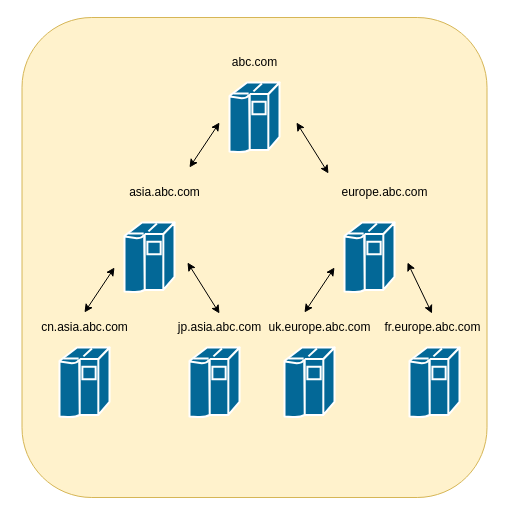
Earlier version of the draw.io diagram assets/img/Integrated/Windows/笔记/域/3.drawio (ffffffff0x/1earn). Source tidied: cells renumbered, new cells numbered last; positions are measured from the earlier drawing's top-left corner, leaving out a move shared by most shapes. Both pictures are drawn from the tidied source at 100%, with x=0, y=0 at pixel (22, 17).
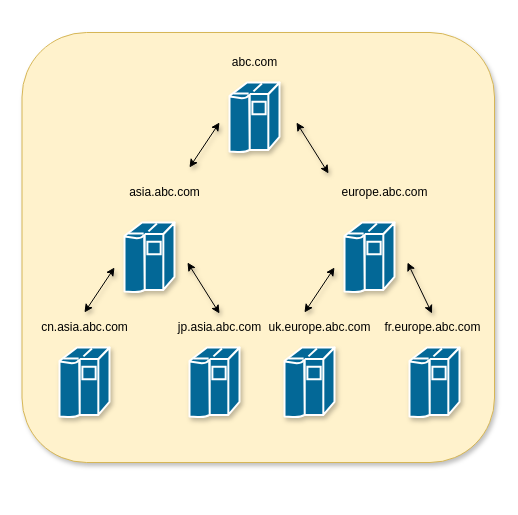
The same page after the edit.

The edit, as a diff of the source:
```diff
@@
-    <mxCell id="2" style="rounded=1;whiteSpace=wrap;html=1;fillColor=#fff2cc;strokeColor=#d6b656;" parent="1" vertex="1">
-      <mxGeometry x="-0.5" width="465" height="480" as="geometry" />
+    <mxCell id="2" style="rounded=1;whiteSpace=wrap;html=1;fillColor=#fff2cc;strokeColor=#d6b656;shadow=1;" parent="1" vertex="1">
+      <mxGeometry x="-0.5" y="15" width="472.5" height="430" as="geometry" />
     </mxCell>
-    <mxCell id="3" style="shape=mxgraph.cisco.computers_and_peripherals.ibm_mainframe;html=1;dashed=0;fillColor=#036897;strokeColor=#ffffff;strokeWidth=2;verticalLabelPosition=bottom;verticalAlign=top;align=center;" parent="1" vertex="1">
+    <mxCell id="3" style="shape=mxgraph.cisco.computers_and_peripherals.ibm_mainframe;html=1;dashed=0;fillColor=#036897;strokeColor=#ffffff;strokeWidth=2;verticalLabelPosition=bottom;verticalAlign=top;align=center;shadow=1;" parent="1" vertex="1">
       <mxGeometry x="207" y="65" width="50" height="70" as="geometry" />
     </mxCell>
-    <mxCell id="4" value="abc.com" style="text;html=1;align=center;verticalAlign=middle;" parent="1" vertex="1">
+    <mxCell id="4" value="abc.com" style="text;html=1;align=center;verticalAlign=middle;shadow=1;" parent="1" vertex="1">
       <mxGeometry x="202" y="35" width="60" height="20" as="geometry" />
     </mxCell>
-    <mxCell id="5" style="shape=mxgraph.cisco.computers_and_peripherals.ibm_mainframe;html=1;dashed=0;fillColor=#036897;strokeColor=#ffffff;strokeWidth=2;verticalLabelPosition=bottom;verticalAlign=top;align=center;" parent="1" vertex="1">
+    <mxCell id="5" style="shape=mxgraph.cisco.computers_and_peripherals.ibm_mainframe;html=1;dashed=0;fillColor=#036897;strokeColor=#ffffff;strokeWidth=2;verticalLabelPosition=bottom;verticalAlign=top;align=center;shadow=1;" parent="1" vertex="1">
       <mxGeometry x="102" y="205" width="50" height="70" as="geometry" />
     </mxCell>
-    <mxCell id="6" value="asia.abc.com" style="text;html=1;align=center;verticalAlign=middle;" parent="1" vertex="1">
+    <mxCell id="6" value="asia.abc.com" style="text;html=1;align=center;verticalAlign=middle;shadow=1;" parent="1" vertex="1">
       <mxGeometry x="97" y="165" width="90" height="20" as="geometry" />
     </mxCell>
-    <mxCell id="7" style="shape=mxgraph.cisco.computers_and_peripherals.ibm_mainframe;html=1;dashed=0;fillColor=#036897;strokeColor=#ffffff;strokeWidth=2;verticalLabelPosition=bottom;verticalAlign=top;align=center;" parent="1" vertex="1">
+    <mxCell id="7" style="shape=mxgraph.cisco.computers_and_peripherals.ibm_mainframe;html=1;dashed=0;fillColor=#036897;strokeColor=#ffffff;strokeWidth=2;verticalLabelPosition=bottom;verticalAlign=top;align=center;shadow=1;" parent="1" vertex="1">
       <mxGeometry x="37" y="330" width="50" height="70" as="geometry" />
     </mxCell>
-    <mxCell id="8" value="cn.asia.abc.com" style="text;html=1;align=center;verticalAlign=middle;" parent="1" vertex="1">
+    <mxCell id="8" value="cn.asia.abc.com" style="text;html=1;align=center;verticalAlign=middle;shadow=1;" parent="1" vertex="1">
       <mxGeometry x="12" y="300" width="100" height="20" as="geometry" />
     </mxCell>
-    <mxCell id="9" style="shape=mxgraph.cisco.computers_and_peripherals.ibm_mainframe;html=1;dashed=0;fillColor=#036897;strokeColor=#ffffff;strokeWidth=2;verticalLabelPosition=bottom;verticalAlign=top;align=center;" parent="1" vertex="1">
+    <mxCell id="9" style="shape=mxgraph.cisco.computers_and_peripherals.ibm_mainframe;html=1;dashed=0;fillColor=#036897;strokeColor=#ffffff;strokeWidth=2;verticalLabelPosition=bottom;verticalAlign=top;align=center;shadow=1;" parent="1" vertex="1">
       <mxGeometry x="167" y="330" width="50" height="70" as="geometry" />
     </mxCell>
-    <mxCell id="10" value="jp.asia.abc.com" style="text;html=1;align=center;verticalAlign=middle;points=[];" parent="1" vertex="1">
+    <mxCell id="10" value="jp.asia.abc.com" style="text;html=1;align=center;verticalAlign=middle;points=[];shadow=1;" parent="1" vertex="1">
       <mxGeometry x="147" y="300" width="100" height="20" as="geometry" />
     </mxCell>
-    <mxCell id="11" style="endArrow=classic;startArrow=classic;html=1;" parent="1" edge="1">
+    <mxCell id="11" style="endArrow=classic;startArrow=classic;html=1;shadow=1;" parent="1" edge="1">
       <mxGeometry relative="1" as="geometry">
         <mxPoint x="62" y="295" as="sourcePoint" />
         <mxPoint x="92" y="250" as="targetPoint" />
       </mxGeometry>
     </mxCell>
-    <mxCell id="12" style="endArrow=classic;startArrow=classic;html=1;entryX=0.5;entryY=-0.2;entryDx=0;entryDy=0;entryPerimeter=0;" parent="1" edge="1" target="10">
+    <mxCell id="12" style="endArrow=classic;startArrow=classic;html=1;entryX=0.5;entryY=-0.2;entryDx=0;entryDy=0;entryPerimeter=0;shadow=1;" parent="1" edge="1" target="10">
       <mxGeometry relative="1" as="geometry">
         <mxPoint x="165" y="245" as="sourcePoint" />
       </mxGeometry>
     </mxCell>
-    <mxCell id="13" style="endArrow=classic;startArrow=classic;html=1;" parent="1" edge="1">
+    <mxCell id="13" style="endArrow=classic;startArrow=classic;html=1;shadow=1;" parent="1" edge="1">
       <mxGeometry relative="1" as="geometry">
         <mxPoint x="167" y="150" as="sourcePoint" />
         <mxPoint x="197" y="105" as="targetPoint" />
       </mxGeometry>
     </mxCell>
-    <mxCell id="14" style="shape=mxgraph.cisco.computers_and_peripherals.ibm_mainframe;html=1;dashed=0;fillColor=#036897;strokeColor=#ffffff;strokeWidth=2;verticalLabelPosition=bottom;verticalAlign=top;align=center;" parent="1" vertex="1">
+    <mxCell id="14" style="shape=mxgraph.cisco.computers_and_peripherals.ibm_mainframe;html=1;dashed=0;fillColor=#036897;strokeColor=#ffffff;strokeWidth=2;verticalLabelPosition=bottom;verticalAlign=top;align=center;shadow=1;" parent="1" vertex="1">
       <mxGeometry x="322" y="205" width="50" height="70" as="geometry" />
     </mxCell>
-    <mxCell id="15" value="europe.abc.com" style="text;html=1;align=center;verticalAlign=middle;" parent="1" vertex="1">
+    <mxCell id="15" value="europe.abc.com" style="text;html=1;align=center;verticalAlign=middle;shadow=1;" parent="1" vertex="1">
       <mxGeometry x="312" y="165" width="100" height="20" as="geometry" />
     </mxCell>
-    <mxCell id="16" style="shape=mxgraph.cisco.computers_and_peripherals.ibm_mainframe;html=1;dashed=0;fillColor=#036897;strokeColor=#ffffff;strokeWidth=2;verticalLabelPosition=bottom;verticalAlign=top;align=center;" parent="1" vertex="1">
+    <mxCell id="16" style="shape=mxgraph.cisco.computers_and_peripherals.ibm_mainframe;html=1;dashed=0;fillColor=#036897;strokeColor=#ffffff;strokeWidth=2;verticalLabelPosition=bottom;verticalAlign=top;align=center;shadow=1;" parent="1" vertex="1">
       <mxGeometry x="262" y="330" width="50" height="70" as="geometry" />
     </mxCell>
-    <mxCell id="17" value="uk.europe.abc.com" style="text;html=1;align=center;verticalAlign=middle;" parent="1" vertex="1">
+    <mxCell id="17" value="uk.europe.abc.com" style="text;html=1;align=center;verticalAlign=middle;shadow=1;" parent="1" vertex="1">
       <mxGeometry x="237" y="300" width="120" height="20" as="geometry" />
     </mxCell>
-    <mxCell id="18" style="shape=mxgraph.cisco.computers_and_peripherals.ibm_mainframe;html=1;dashed=0;fillColor=#036897;strokeColor=#ffffff;strokeWidth=2;verticalLabelPosition=bottom;verticalAlign=top;align=center;" parent="1" vertex="1">
+    <mxCell id="18" style="shape=mxgraph.cisco.computers_and_peripherals.ibm_mainframe;html=1;dashed=0;fillColor=#036897;strokeColor=#ffffff;strokeWidth=2;verticalLabelPosition=bottom;verticalAlign=top;align=center;shadow=1;" parent="1" vertex="1">
       <mxGeometry x="387" y="330" width="50" height="70" as="geometry" />
     </mxCell>
-    <mxCell id="19" value="fr.europe.abc.com" style="text;html=1;align=center;verticalAlign=middle;points=[];" parent="1" vertex="1">
+    <mxCell id="19" value="fr.europe.abc.com" style="text;html=1;align=center;verticalAlign=middle;points=[];shadow=1;" parent="1" vertex="1">
       <mxGeometry x="354.5" y="300" width="110" height="20" as="geometry" />
     </mxCell>
-    <mxCell id="20" style="endArrow=classic;startArrow=classic;html=1;" parent="1" edge="1">
+    <mxCell id="20" style="endArrow=classic;startArrow=classic;html=1;shadow=1;" parent="1" edge="1">
       <mxGeometry relative="1" as="geometry">
         <mxPoint x="282" y="295" as="sourcePoint" />
         <mxPoint x="312" y="250" as="targetPoint" />
       </mxGeometry>
     </mxCell>
-    <mxCell id="21" style="endArrow=classic;startArrow=classic;html=1;entryX=0.5;entryY=-0.2;entryDx=0;entryDy=0;entryPerimeter=0;" parent="1" edge="1" target="19">
+    <mxCell id="21" style="endArrow=classic;startArrow=classic;html=1;entryX=0.5;entryY=-0.2;entryDx=0;entryDy=0;entryPerimeter=0;shadow=1;" parent="1" edge="1" target="19">
       <mxGeometry relative="1" as="geometry">
         <mxPoint x="385" y="245" as="sourcePoint" />
       </mxGeometry>
     </mxCell>
-    <mxCell id="22" style="endArrow=classic;startArrow=classic;html=1;entryX=0.5;entryY=-0.2;entryDx=0;entryDy=0;entryPerimeter=0;" parent="1" edge="1">
+    <mxCell id="22" style="endArrow=classic;startArrow=classic;html=1;entryX=0.5;entryY=-0.2;entryDx=0;entryDy=0;entryPerimeter=0;shadow=1;" parent="1" edge="1">
       <mxGeometry relative="1" as="geometry">
         <mxPoint x="274" y="105" as="sourcePoint" />
         <mxPoint x="306" y="156" as="targetPoint" />
       </mxGeometry>
     </mxCell>
```
